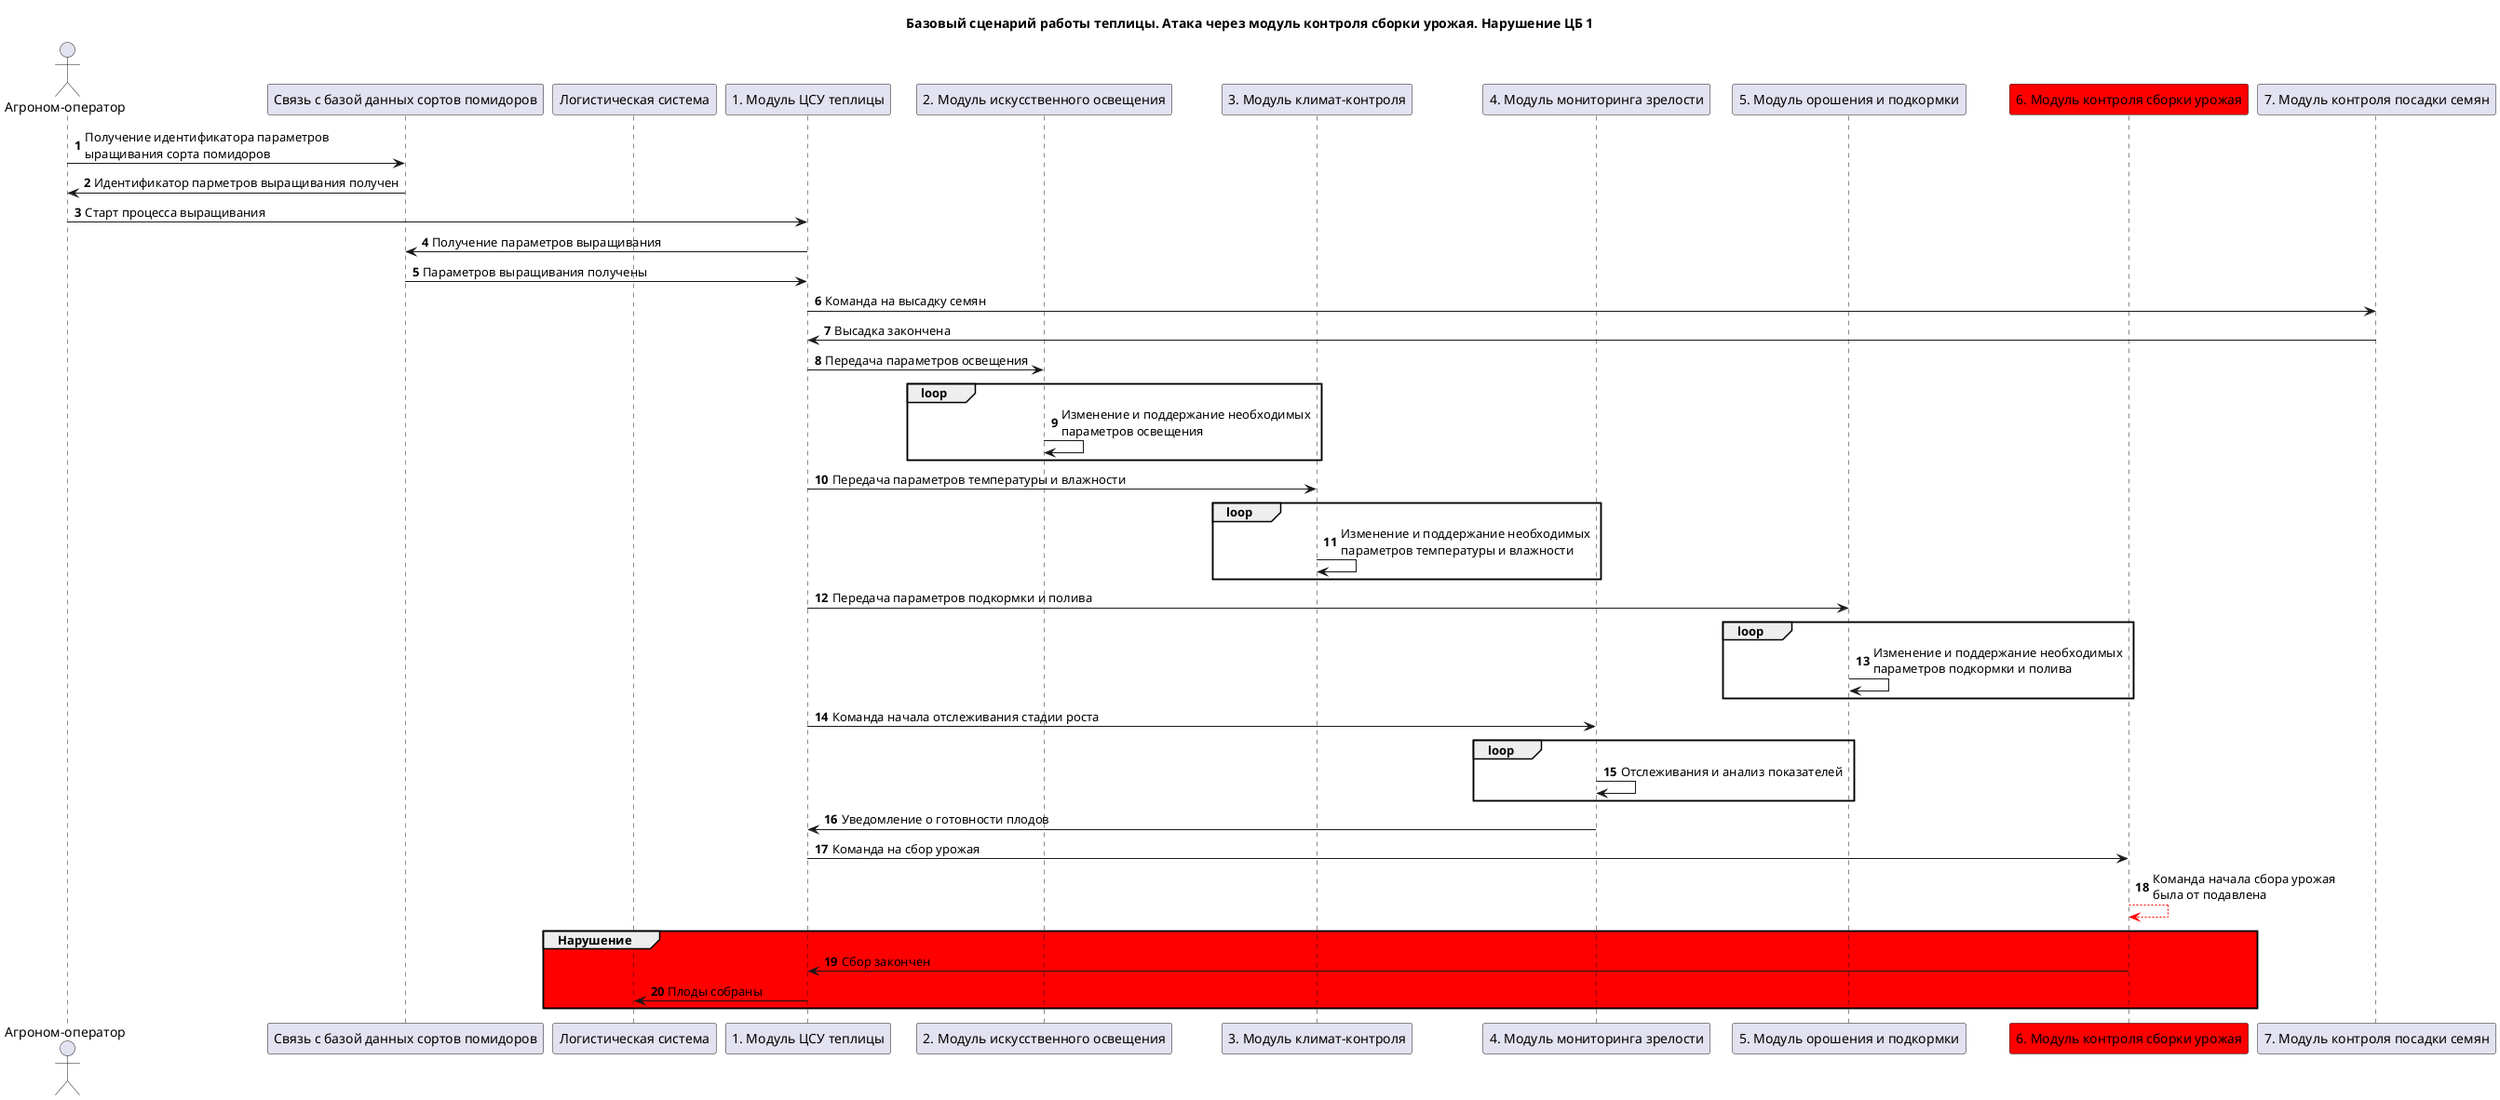
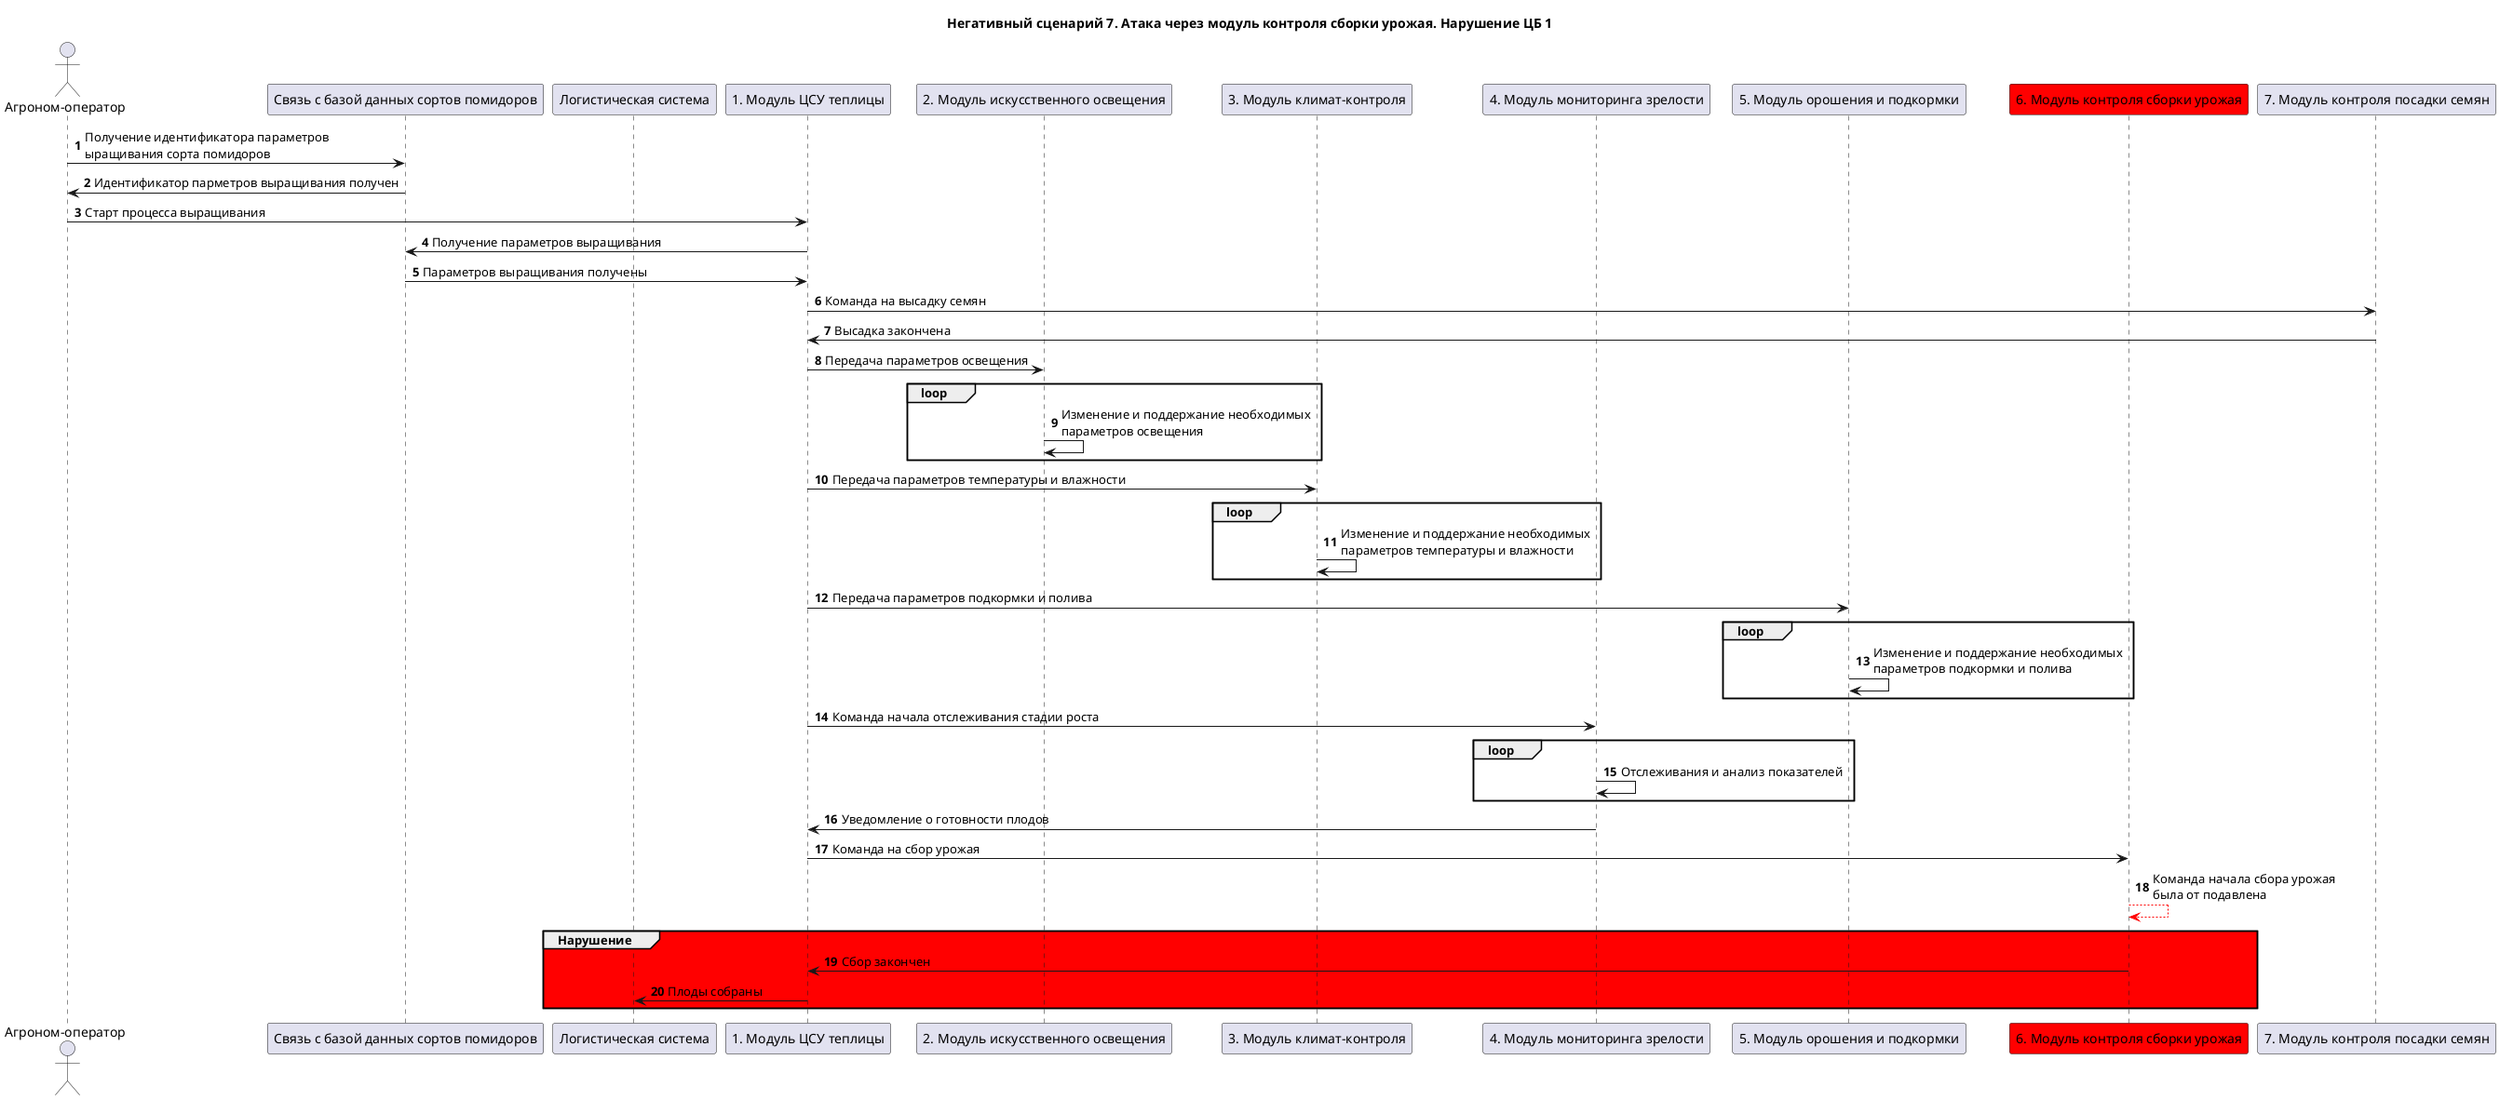
@startuml "ns-7"

- title "Базовый сценарий работы теплицы. Атака через модуль контроля сборки урожая. Нарушение ЦБ 1"
+ title "Негативный сценарий 7. Атака через модуль контроля сборки урожая. Нарушение ЦБ 1"

actor "Агроном-оператор" as operator
participant "Связь с базой данных сортов помидоров" as tomato_db
participant "Логистическая система" as logistics_system
participant "1. Модуль ЦСУ теплицы" as main_control_module
participant "2. Модуль искусственного освещения" as lighting_module
participant "3. Модуль климат-контроля" as climate_control_module
participant "4. Модуль мониторинга зрелости" as ripeness_monitor_module
participant "5. Модуль орошения и подкормки" as irrigation_module
participant "6. Модуль контроля сборки урожая" as harvesting_module #red
participant "7. Модуль контроля посадки семян" as planting_module

autonumber

operator -> tomato_db: Получение идентификатора параметров\nыращивания сорта помидоров
tomato_db -> operator: Идентификатор парметров выращивания получен

operator -> main_control_module: Старт процесса выращивания

main_control_module -> tomato_db: Получение параметров выращивания
tomato_db -> main_control_module: Параметров выращивания получены

main_control_module -> planting_module: Команда на высадку семян
planting_module -> main_control_module: Высадка закончена

main_control_module -> lighting_module: Передача параметров освещения
loop
lighting_module -> lighting_module: Изменение и поддержание необходимых\nпараметров освещения
end

main_control_module -> climate_control_module: Передача параметров температуры и влажности
loop
climate_control_module -> climate_control_module: Изменение и поддержание необходимых\nпараметров температуры и влажности
end

main_control_module -> irrigation_module: Передача параметров подкормки и полива
loop
irrigation_module -> irrigation_module: Изменение и поддержание необходимых\nпараметров подкормки и полива
end

main_control_module -> ripeness_monitor_module: Команда начала отслеживания стадии роста
loop
ripeness_monitor_module -> ripeness_monitor_module: Отслеживания и анализ показателей
end

ripeness_monitor_module -> main_control_module: Уведомление о готовности плодов

main_control_module -> harvesting_module: Команда на сбор урожая
harvesting_module -[#red,dashed]> harvesting_module: Команда начала сбора урожая\nбыла от подавлена

group #red Нарушение
harvesting_module -> main_control_module: Сбор закончен

main_control_module -> logistics_system: Плоды собраны
end

@enduml